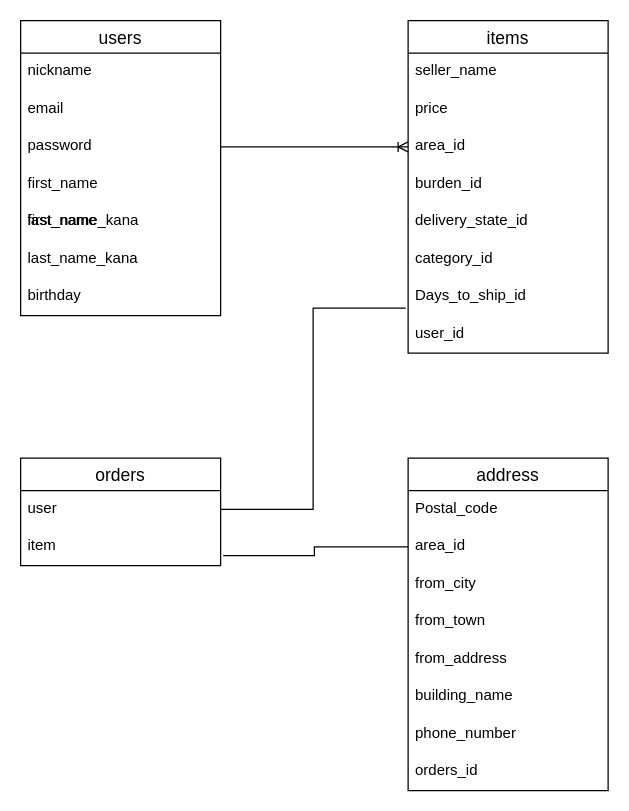
This is test.dio from tsuyoshitorikawa/furima-34366, a draw.io file, before an edit. Source tidied: cells renumbered, new cells numbered last; positions are measured from the earlier drawing's top-left corner, leaving out a move shared by most shapes. Both pictures are drawn from the tidied source at 125%, with x=0, y=0 at pixel (20, 20).
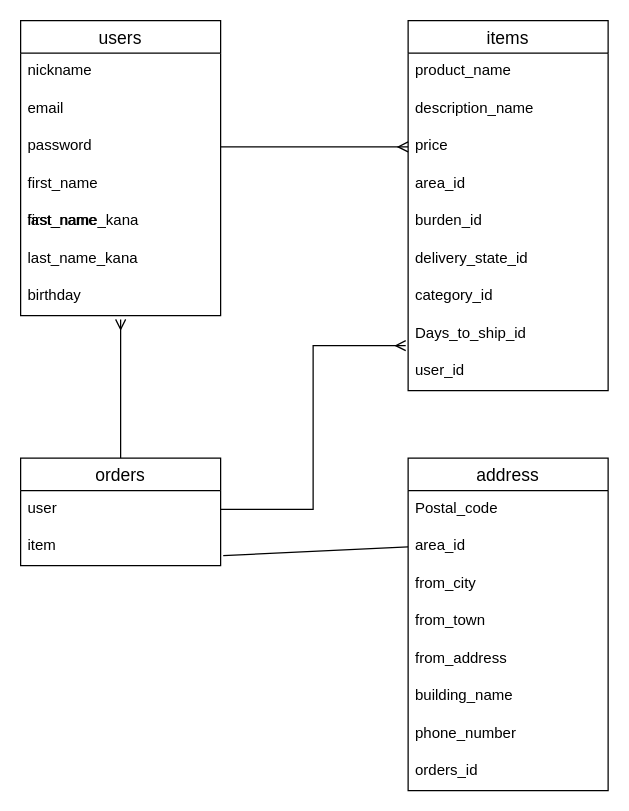
Above is the later version.

Commit message (it also covers changes not shown here):
データベース設計5

Unchanged cells that the change refers to:
```xml
<mxCell id="5" value="password" style="text;strokeColor=none;fillColor=none;spacingLeft=4;spacingRight=4;overflow=hidden;points=[[0,0.5],[1,0.5]];portConstraint=eastwest;fontSize=12;" parent="2" vertex="1">
  <mxGeometry y="86" width="160" height="30" as="geometry" />
</mxCell>
<mxCell id="9" value="birthday" style="text;strokeColor=none;fillColor=none;spacingLeft=4;spacingRight=4;overflow=hidden;points=[[0,0.5],[1,0.5]];portConstraint=eastwest;fontSize=12;" parent="2" vertex="1">
  <mxGeometry y="206" width="160" height="30" as="geometry" />
</mxCell>
<mxCell id="19" value="orders" style="swimlane;fontStyle=0;horizontal=1;startSize=26;align=center;fontSize=14;" parent="1" vertex="1">
  <mxGeometry y="350" width="160" height="86" as="geometry" />
</mxCell>
<mxCell id="20" value="user" style="text;strokeColor=none;fillColor=none;spacingLeft=4;spacingRight=4;overflow=hidden;points=[[0,0.5],[1,0.5]];portConstraint=eastwest;fontSize=12;" parent="19" vertex="1">
  <mxGeometry y="26" width="160" height="30" as="geometry" />
</mxCell>
<mxCell id="21" value="item" style="text;strokeColor=none;fillColor=none;spacingLeft=4;spacingRight=4;overflow=hidden;points=[[0,0.5],[1,0.5]];portConstraint=eastwest;fontSize=12;" parent="19" vertex="1">
  <mxGeometry y="56" width="160" height="30" as="geometry" />
</mxCell>
<mxCell id="24" value="area_id" style="text;strokeColor=none;fillColor=none;spacingLeft=4;spacingRight=4;overflow=hidden;points=[[0,0.5],[1,0.5]];portConstraint=eastwest;fontSize=12;" parent="22" vertex="1">
  <mxGeometry y="56" width="160" height="30" as="geometry" />
</mxCell>
```

Change to the diagram source:
```diff
@@
     <mxCell id="10" value="items" style="swimlane;fontStyle=0;horizontal=1;startSize=26;align=center;fontSize=14;" parent="1" vertex="1">
-      <mxGeometry x="310" width="160" height="266" as="geometry" />
+      <mxGeometry x="310" width="160" height="296" as="geometry" />
     </mxCell>
-    <mxCell id="11" value="seller_name" style="text;strokeColor=none;fillColor=none;spacingLeft=4;spacingRight=4;overflow=hidden;fontSize=12;" parent="10" vertex="1">
-      <mxGeometry y="26" width="160" height="30" as="geometry" />
-    </mxCell>
+    <mxCell id="36" value="product_name" style="text;strokeColor=none;fillColor=none;spacingLeft=4;spacingRight=4;overflow=hidden;fontSize=12;" parent="10" vertex="1">
+      <mxGeometry y="26" width="160" height="30" as="geometry" />
+    </mxCell>
+    <mxCell id="37" value="description_name" style="text;strokeColor=none;fillColor=none;spacingLeft=4;spacingRight=4;overflow=hidden;fontSize=12;" parent="10" vertex="1">
+      <mxGeometry y="56" width="160" height="30" as="geometry" />
+    </mxCell>
     <mxCell id="12" value="price" style="text;strokeColor=none;fillColor=none;spacingLeft=4;spacingRight=4;overflow=hidden;fontSize=12;" parent="10" vertex="1">
-      <mxGeometry y="56" width="160" height="30" as="geometry" />
+      <mxGeometry y="86" width="160" height="30" as="geometry" />
     </mxCell>
     <mxCell id="13" value="area_id" style="text;strokeColor=none;fillColor=none;spacingLeft=4;spacingRight=4;overflow=hidden;fontSize=12;" parent="10" vertex="1">
-      <mxGeometry y="86" width="160" height="30" as="geometry" />
+      <mxGeometry y="116" width="160" height="30" as="geometry" />
     </mxCell>
     <mxCell id="14" value="burden_id" style="text;strokeColor=none;fillColor=none;spacingLeft=4;spacingRight=4;overflow=hidden;fontSize=12;" parent="10" vertex="1">
-      <mxGeometry y="116" width="160" height="30" as="geometry" />
+      <mxGeometry y="146" width="160" height="30" as="geometry" />
     </mxCell>
     <mxCell id="15" value="delivery_state_id" style="text;strokeColor=none;fillColor=none;spacingLeft=4;spacingRight=4;overflow=hidden;fontSize=12;" parent="10" vertex="1">
-      <mxGeometry y="146" width="160" height="30" as="geometry" />
+      <mxGeometry y="176" width="160" height="30" as="geometry" />
     </mxCell>
     <mxCell id="16" value="category_id" style="text;strokeColor=none;fillColor=none;spacingLeft=4;spacingRight=4;overflow=hidden;fontSize=12;" parent="10" vertex="1">
-      <mxGeometry y="176" width="160" height="30" as="geometry" />
+      <mxGeometry y="206" width="160" height="30" as="geometry" />
     </mxCell>
     <mxCell id="17" value="Days_to_ship_id" style="text;strokeColor=none;fillColor=none;spacingLeft=4;spacingRight=4;overflow=hidden;points=[[0,0.5],[1,0.5]];portConstraint=eastwest;fontSize=12;" parent="10" vertex="1">
-      <mxGeometry y="206" width="160" height="30" as="geometry" />
+      <mxGeometry y="236" width="160" height="30" as="geometry" />
     </mxCell>
     <mxCell id="18" value="user_id" style="text;strokeColor=none;fillColor=none;spacingLeft=4;spacingRight=4;overflow=hidden;fontSize=12;" parent="10" vertex="1">
-      <mxGeometry y="236" width="160" height="30" as="geometry" />
+      <mxGeometry y="266" width="160" height="30" as="geometry" />
     </mxCell>
+    <mxCell id="38" style="edgeStyle=none;rounded=0;jettySize=auto;html=1;exitX=0.5;exitY=0;exitDx=0;exitDy=0;entryX=0.5;entryY=1.1;entryDx=0;entryDy=0;entryPerimeter=0;endArrow=ERmany;endFill=0;" parent="1" edge="1" source="19" target="9">
+      <mxGeometry relative="1" as="geometry" />
+    </mxCell>
@@
-    <mxCell id="33" style="edgeStyle=none;rounded=0;jettySize=auto;html=1;exitX=1;exitY=0.5;exitDx=0;exitDy=0;startArrow=none;startFill=0;endArrow=ERoneToMany;endFill=0;entryX=0;entryY=0.5;entryDx=0;entryDy=0;" parent="1" edge="1" source="5">
+    <mxCell id="33" style="edgeStyle=none;rounded=0;jettySize=auto;html=1;exitX=1;exitY=0.5;exitDx=0;exitDy=0;startArrow=none;startFill=0;endArrow=ERmany;endFill=0;entryX=0;entryY=0.5;entryDx=0;entryDy=0;" parent="1" edge="1" source="5">
       <mxGeometry relative="1" as="geometry">
         <mxPoint x="310" y="101" as="targetPoint" />
       </mxGeometry>
     </mxCell>
-    <mxCell id="34" style="edgeStyle=elbowEdgeStyle;rounded=0;jettySize=auto;html=1;exitX=1;exitY=0.5;exitDx=0;exitDy=0;entryX=-0.012;entryY=0.8;entryDx=0;entryDy=0;entryPerimeter=0;startArrow=none;startFill=0;endArrow=none;endFill=0;" parent="1" edge="1" source="20" target="17">
+    <mxCell id="34" style="edgeStyle=elbowEdgeStyle;rounded=0;jettySize=auto;html=1;exitX=1;exitY=0.5;exitDx=0;exitDy=0;entryX=-0.012;entryY=0.8;entryDx=0;entryDy=0;entryPerimeter=0;startArrow=none;startFill=0;endArrow=ERmany;endFill=0;" parent="1" edge="1" source="20" target="17">
       <mxGeometry relative="1" as="geometry" />
     </mxCell>
-    <mxCell id="35" style="edgeStyle=orthogonalEdgeStyle;rounded=0;jettySize=auto;html=1;exitX=0;exitY=0.5;exitDx=0;exitDy=0;entryX=1.013;entryY=0.733;entryDx=0;entryDy=0;entryPerimeter=0;endArrow=none;endFill=0;" parent="1" edge="1" source="24" target="21">
+    <mxCell id="35" style="rounded=0;jettySize=auto;html=1;exitX=0;exitY=0.5;exitDx=0;exitDy=0;entryX=1.013;entryY=0.733;entryDx=0;entryDy=0;entryPerimeter=0;endArrow=none;endFill=0;" parent="1" edge="1" source="24" target="21">
       <mxGeometry relative="1" as="geometry" />
     </mxCell>
```
